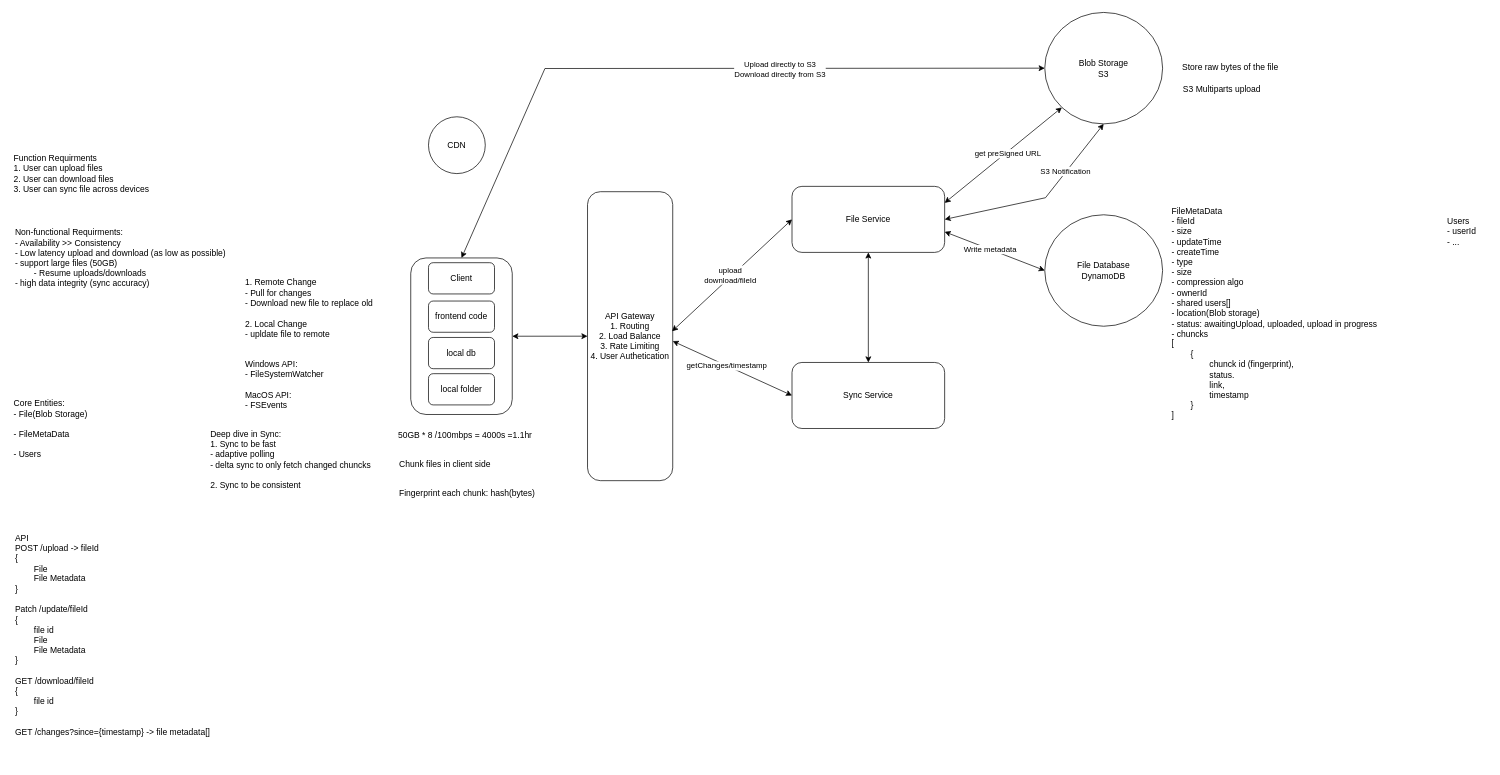
The draw.io diagram charts/dropbox.drawio in Melonhide/system_design_notes, before the edit. Source tidied: cells renumbered, new cells numbered last; positions are measured from the earlier drawing's top-left corner, leaving out a move shared by most shapes. Both pictures are drawn from the tidied source at 71%, with x=0, y=0 at pixel (12, 12).
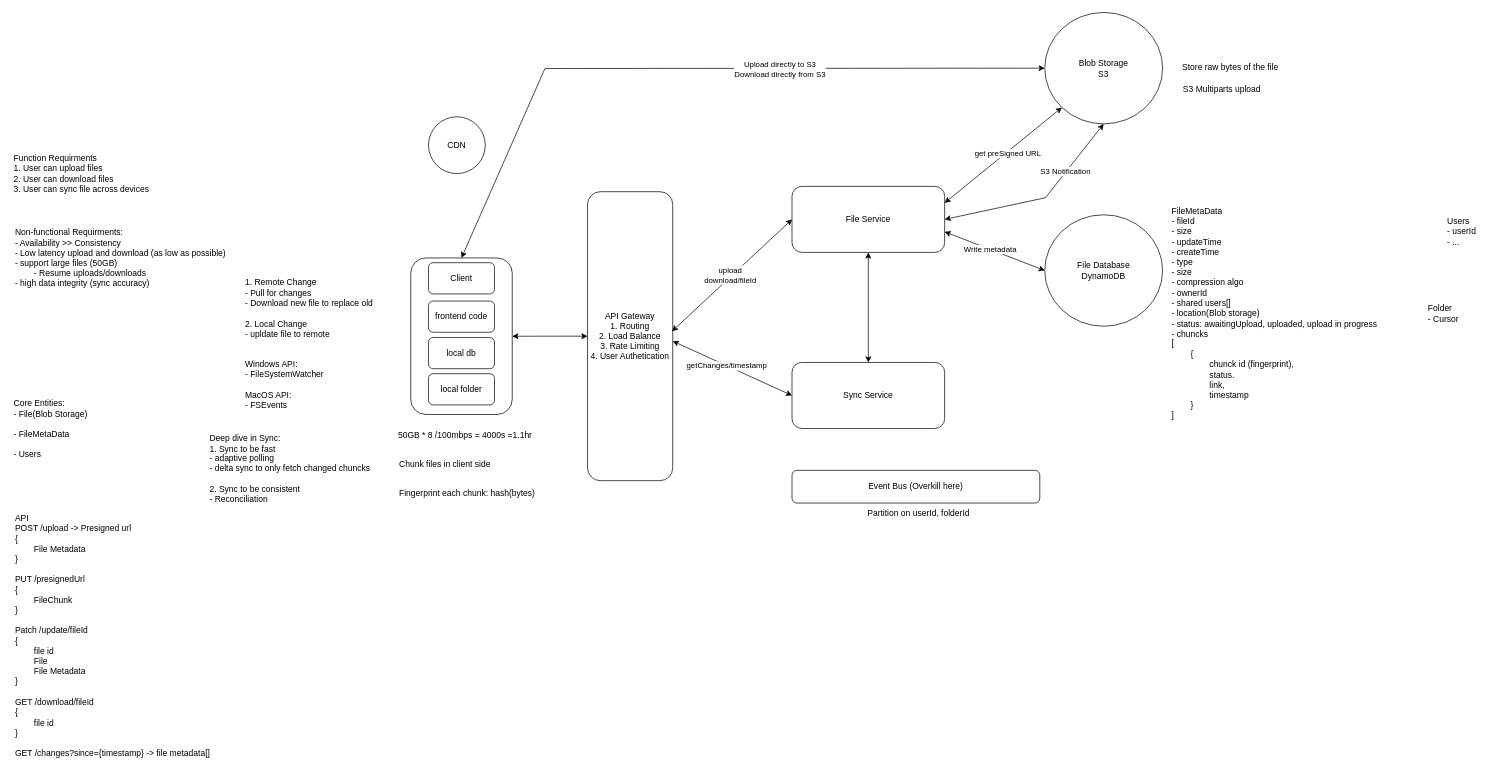
After the change.

Commit message:
dropbox complete

Change to the diagram source:
```diff
@@
-    <mxCell id="6" value="API&lt;div&gt;POST /upload -&amp;gt; fileId&amp;nbsp;&lt;/div&gt;&lt;div&gt;{&lt;/div&gt;&lt;div&gt;&lt;span style=&quot;white-space: pre;&quot;&gt;&#9;&lt;/span&gt;File&lt;/div&gt;&lt;div&gt;&lt;span style=&quot;white-space: pre;&quot;&gt;&#9;&lt;/span&gt;File Metadata&lt;br&gt;&lt;/div&gt;&lt;div&gt;}&lt;/div&gt;&lt;div&gt;&lt;br&gt;&lt;/div&gt;&lt;div&gt;Patch /update/fileId&lt;/div&gt;&lt;div&gt;{&lt;/div&gt;&lt;div&gt;&lt;span style=&quot;white-space: pre;&quot;&gt;&#9;&lt;/span&gt;file id&lt;/div&gt;&lt;div&gt;&lt;span style=&quot;white-space: pre;&quot;&gt;&#9;&lt;/span&gt;File&lt;br&gt;&lt;/div&gt;&lt;div&gt;&lt;span style=&quot;white-space: pre;&quot;&gt;&#9;&lt;/span&gt;File Metadata&lt;br&gt;&lt;/div&gt;&lt;div&gt;}&lt;/div&gt;&lt;div&gt;&lt;br&gt;&lt;/div&gt;&lt;div&gt;GET /download/fileId&lt;/div&gt;&lt;div&gt;{&lt;/div&gt;&lt;div&gt;&lt;span style=&quot;white-space: pre;&quot;&gt;&#9;&lt;/span&gt;file id&lt;br&gt;&lt;/div&gt;&lt;div&gt;}&lt;/div&gt;&lt;div&gt;&lt;br&gt;&lt;/div&gt;&lt;div&gt;GET /changes?since={timestamp} -&amp;gt; file metadata[]&lt;/div&gt;" style="text;html=1;align=left;verticalAlign=middle;strokeColor=none;fillColor=none;" parent="1" vertex="1">
-      <mxGeometry x="2" y="727" width="293" height="300" as="geometry" />
+    <mxCell id="6" value="API&lt;div&gt;POST /upload -&amp;gt; Presigned url&lt;/div&gt;&lt;div&gt;{&lt;/div&gt;&lt;div&gt;&lt;span style=&quot;white-space: pre;&quot;&gt;&#9;&lt;/span&gt;File Metadata&lt;br&gt;&lt;/div&gt;&lt;div&gt;}&lt;/div&gt;&lt;div&gt;&lt;br&gt;&lt;/div&gt;&lt;div&gt;PUT /presignedUrl&lt;/div&gt;&lt;div&gt;{&lt;/div&gt;&lt;div&gt;&lt;span style=&quot;white-space: pre;&quot;&gt;&#9;&lt;/span&gt;FileChunk&lt;br&gt;&lt;/div&gt;&lt;div&gt;}&lt;/div&gt;&lt;div&gt;&lt;br&gt;&lt;/div&gt;&lt;div&gt;Patch /update/fileId&lt;/div&gt;&lt;div&gt;{&lt;/div&gt;&lt;div&gt;&lt;span style=&quot;white-space: pre;&quot;&gt;&#9;&lt;/span&gt;file id&lt;/div&gt;&lt;div&gt;&lt;span style=&quot;white-space: pre;&quot;&gt;&#9;&lt;/span&gt;File&lt;br&gt;&lt;/div&gt;&lt;div&gt;&lt;span style=&quot;white-space: pre;&quot;&gt;&#9;&lt;/span&gt;File Metadata&lt;br&gt;&lt;/div&gt;&lt;div&gt;}&lt;/div&gt;&lt;div&gt;&lt;br&gt;&lt;/div&gt;&lt;div&gt;GET /download/fileId&lt;/div&gt;&lt;div&gt;{&lt;/div&gt;&lt;div&gt;&lt;span style=&quot;white-space: pre;&quot;&gt;&#9;&lt;/span&gt;file id&lt;br&gt;&lt;/div&gt;&lt;div&gt;}&lt;/div&gt;&lt;div&gt;&lt;br&gt;&lt;/div&gt;&lt;div&gt;GET /changes?since={timestamp} -&amp;gt; file metadata[]&lt;/div&gt;" style="text;html=1;align=left;verticalAlign=middle;strokeColor=none;fillColor=none;" parent="1" vertex="1">
+      <mxGeometry x="2" y="699" width="293" height="357" as="geometry" />
     </mxCell>
@@
-    <mxCell id="41" value="Deep dive in Sync:&lt;div&gt;1. Sync to be fast&lt;/div&gt;&lt;div&gt;- adaptive polling&lt;br&gt;&lt;/div&gt;&lt;div&gt;- delta sync to only fetch changed chuncks&lt;br&gt;&lt;/div&gt;&lt;div&gt;&lt;br&gt;&lt;/div&gt;&lt;div&gt;2. Sync to be consistent&lt;/div&gt;" style="text;html=1;align=left;verticalAlign=middle;strokeColor=none;fillColor=none;" parent="1" vertex="1">
-      <mxGeometry x="277" y="581.2" width="244" height="98" as="geometry" />
+    <mxCell id="41" value="Deep dive in Sync:&lt;div&gt;1. Sync to be fast&lt;/div&gt;&lt;div&gt;- adaptive polling&lt;br&gt;&lt;/div&gt;&lt;div&gt;- delta sync to only fetch changed chuncks&lt;br&gt;&lt;/div&gt;&lt;div&gt;&lt;br&gt;&lt;/div&gt;&lt;div&gt;2. Sync to be consistent&lt;/div&gt;&lt;div&gt;- Reconciliation&lt;/div&gt;" style="text;html=1;align=left;verticalAlign=middle;strokeColor=none;fillColor=none;" parent="1" vertex="1">
+      <mxGeometry x="276" y="586" width="244" height="113" as="geometry" />
     </mxCell>
+    <mxCell id="42" value="Event Bus (Overkill here)" style="rounded=1;whiteSpace=wrap;html=1;" parent="1" vertex="1">
+      <mxGeometry x="1098" y="645" width="349" height="46" as="geometry" />
+    </mxCell>
+    <mxCell id="43" value="Folder&lt;div&gt;- Cursor&lt;/div&gt;" style="text;html=1;align=left;verticalAlign=middle;strokeColor=none;fillColor=none;" parent="1" vertex="1">
+      <mxGeometry x="1992" y="403" width="61" height="41" as="geometry" />
+    </mxCell>
+    <mxCell id="44" value="Partition on userId, folderId" style="text;html=1;align=center;verticalAlign=middle;strokeColor=none;fillColor=none;" parent="1" vertex="1">
+      <mxGeometry x="1195" y="693" width="162" height="26" as="geometry" />
+    </mxCell>
```
